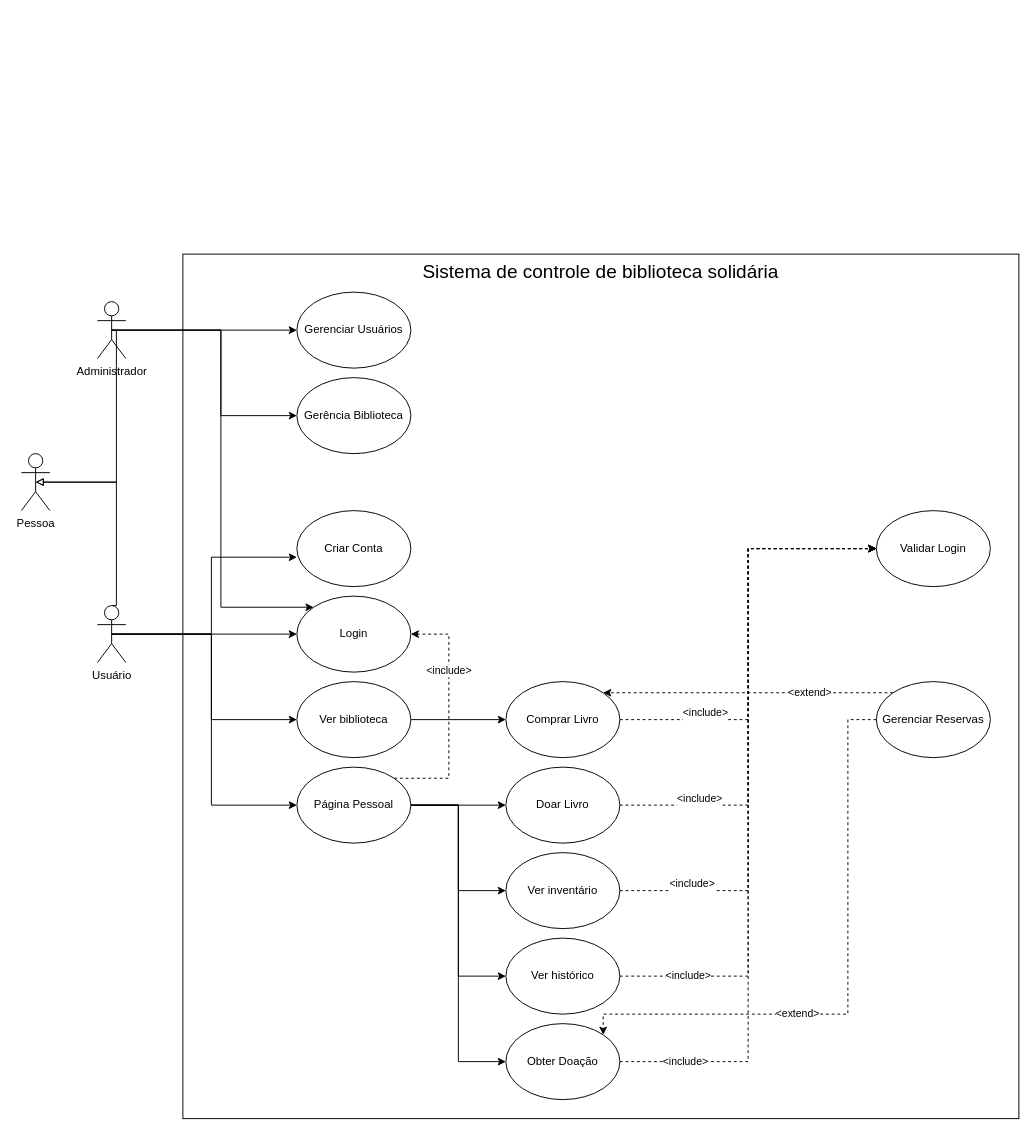
lucaspercisi/UFFS keeps this draw.io diagram as Diagrama sem nome.drawio. Above is the earlier version. Source tidied: cells renumbered, new cells numbered last; positions are measured from the earlier drawing's top-left corner, leaving out a move shared by most shapes. Both pictures are drawn from the tidied source at 95%, with x=0, y=0 at pixel (21, 254).
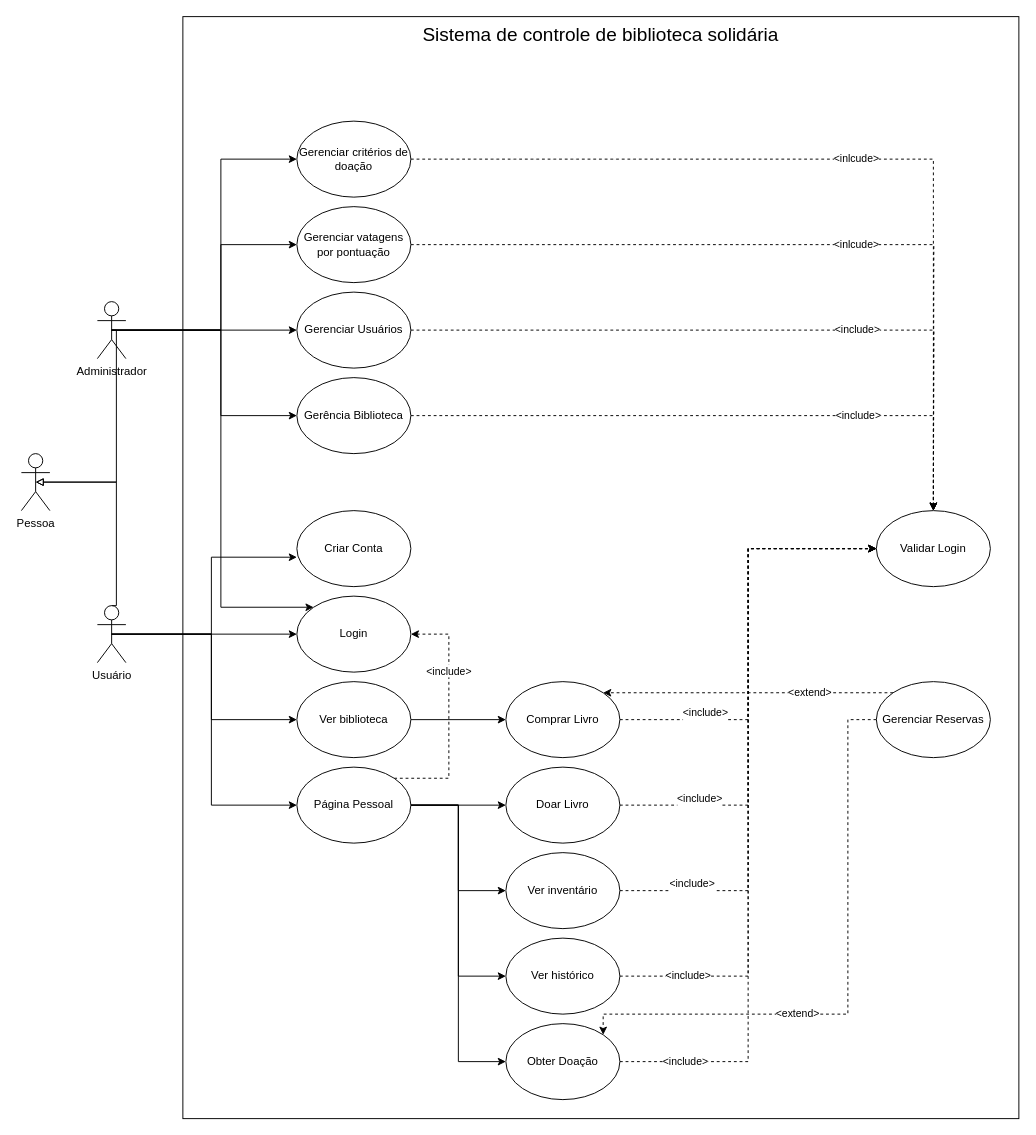
The same diagram, later.

Unchanged cells that the change refers to:
```xml
<mxCell id="26" value="Validar Login" style="ellipse;whiteSpace=wrap;html=1;" parent="1" vertex="1">
  <mxGeometry x="900" y="270" width="120" height="80" as="geometry" />
</mxCell>
<mxCell id="38" value="Administrador" style="shape=umlActor;verticalLabelPosition=bottom;verticalAlign=top;html=1;outlineConnect=0;" parent="1" vertex="1">
  <mxGeometry x="80" y="50" width="30" height="60" as="geometry" />
</mxCell>
<mxCell id="40" value="Gerência Biblioteca" style="ellipse;whiteSpace=wrap;html=1;" parent="1" vertex="1">
  <mxGeometry x="290" y="130" width="120" height="80" as="geometry" />
</mxCell>
<mxCell id="41" value="Gerenciar Usuários" style="ellipse;whiteSpace=wrap;html=1;" parent="1" vertex="1">
  <mxGeometry x="290" y="40" width="120" height="80" as="geometry" />
</mxCell>
```

Diff of the diagram source:
```diff
@@
     <mxCell id="2" value="Sistema de controle de biblioteca solidária" style="rounded=0;whiteSpace=wrap;html=1;fillColor=none;verticalAlign=top;fontSize=20;" parent="1" vertex="1">
-      <mxGeometry x="170" width="880" height="910" as="geometry" />
+      <mxGeometry x="170" y="-250" width="880" height="1160" as="geometry" />
     </mxCell>
@@
+    <mxCell id="42" style="edgeStyle=orthogonalEdgeStyle;rounded=0;jettySize=auto;html=1;exitX=0.5;exitY=0.5;exitDx=0;exitDy=0;exitPerimeter=0;entryX=0;entryY=0.5;entryDx=0;entryDy=0;" parent="1" edge="1" source="38" target="49">
+      <mxGeometry relative="1" as="geometry">
+        <Array as="points">
+          <mxPoint x="210" y="80" />
+          <mxPoint x="210" y="-10" />
+        </Array>
+      </mxGeometry>
+    </mxCell>
+    <mxCell id="43" style="edgeStyle=orthogonalEdgeStyle;rounded=0;jettySize=auto;html=1;exitX=0.5;exitY=0.5;exitDx=0;exitDy=0;exitPerimeter=0;entryX=0;entryY=0.5;entryDx=0;entryDy=0;" parent="1" edge="1" source="38" target="47">
+      <mxGeometry relative="1" as="geometry">
+        <Array as="points">
+          <mxPoint x="210" y="80" />
+          <mxPoint x="210" y="-100" />
+        </Array>
+      </mxGeometry>
+    </mxCell>
@@
+    <mxCell id="44" value="&amp;lt;include&amp;gt;" style="edgeStyle=orthogonalEdgeStyle;rounded=0;jettySize=auto;html=1;exitX=1;exitY=0.5;exitDx=0;exitDy=0;entryX=0.5;entryY=0;entryDx=0;entryDy=0;dashed=1;" parent="1" edge="1" source="40" target="26">
+      <mxGeometry x="0.45" relative="1" as="geometry" />
+    </mxCell>
@@
+    <mxCell id="45" value="&amp;lt;include&amp;gt;" style="edgeStyle=orthogonalEdgeStyle;rounded=0;jettySize=auto;html=1;exitX=1;exitY=0.5;exitDx=0;exitDy=0;dashed=1;" parent="1" edge="1" source="41">
+      <mxGeometry x="0.27" relative="1" as="geometry">
+        <mxPoint x="960" y="270" as="targetPoint" />
+      </mxGeometry>
+    </mxCell>
@@
+    <mxCell id="46" value="&amp;lt;inlcude&amp;gt;" style="edgeStyle=orthogonalEdgeStyle;rounded=0;jettySize=auto;html=1;exitX=1;exitY=0.5;exitDx=0;exitDy=0;dashed=1;" parent="1" edge="1" source="47" target="26">
+      <mxGeometry x="0.02" relative="1" as="geometry" />
+    </mxCell>
+    <mxCell id="47" value="Gerenciar critérios de doação" style="ellipse;whiteSpace=wrap;html=1;" parent="1" vertex="1">
+      <mxGeometry x="290" y="-140" width="120" height="80" as="geometry" />
+    </mxCell>
+    <mxCell id="48" value="&amp;lt;inlcude&amp;gt;" style="edgeStyle=orthogonalEdgeStyle;rounded=0;jettySize=auto;html=1;exitX=1;exitY=0.5;exitDx=0;exitDy=0;dashed=1;" parent="1" edge="1" source="49">
+      <mxGeometry x="0.13" relative="1" as="geometry">
+        <mxPoint x="960" y="270" as="targetPoint" />
+      </mxGeometry>
+    </mxCell>
+    <mxCell id="49" value="Gerenciar vatagens por pontuação" style="ellipse;whiteSpace=wrap;html=1;" parent="1" vertex="1">
+      <mxGeometry x="290" y="-50" width="120" height="80" as="geometry" />
+    </mxCell>
```
